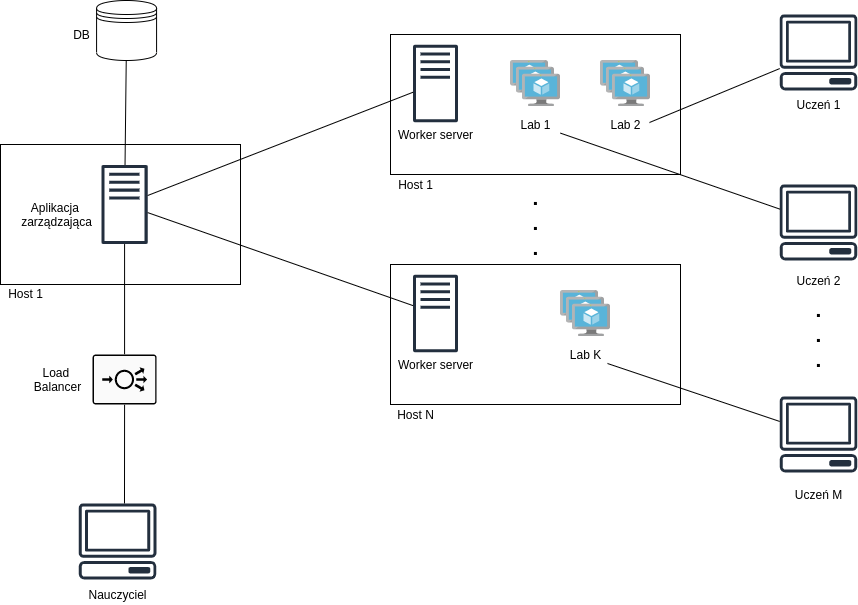
Earlier version of the draw.io export img/arch5.png (VM-Lab-Automation/Presentation). Source tidied: cells renumbered, new cells last; positions are measured from the earlier drawing's top-left corner, leaving out a move shared by most shapes. The source it was exported from:
```xml
<mxGraphModel>
  <root>
    <mxCell id="0" />
    <mxCell id="1" parent="0" />
    <mxCell id="2" style="rounded=0;whiteSpace=wrap;html=1;" parent="1" vertex="1">
      <mxGeometry y="144" width="240" height="140" as="geometry" />
    </mxCell>
    <mxCell id="3" value="Host 1" style="text;html=1;align=center;verticalAlign=middle;" parent="1" vertex="1">
      <mxGeometry y="283" width="50" height="20" as="geometry" />
    </mxCell>
    <mxCell id="4" style="outlineConnect=0;fontColor=#232F3E;gradientColor=none;fillColor=#232F3E;strokeColor=none;dashed=0;verticalLabelPosition=bottom;verticalAlign=top;align=center;html=1;fontSize=12;fontStyle=0;shape=mxgraph.aws4.traditional_server;" parent="1" vertex="1">
      <mxGeometry x="101" y="164" width="46.1" height="80" as="geometry" />
    </mxCell>
    <mxCell id="5" value="Aplikacja &lt;br&gt;zarządzająca" style="text;html=1;align=center;verticalAlign=middle;" parent="1" vertex="1">
      <mxGeometry x="11" y="199" width="90" height="30" as="geometry" />
    </mxCell>
    <mxCell id="6" style="rounded=0;whiteSpace=wrap;html=1;" parent="1" vertex="1">
      <mxGeometry x="390" y="34" width="290" height="140" as="geometry" />
    </mxCell>
    <mxCell id="7" style="outlineConnect=0;fontColor=#232F3E;gradientColor=none;fillColor=#232F3E;strokeColor=none;dashed=0;verticalLabelPosition=bottom;verticalAlign=top;align=center;html=1;fontSize=12;fontStyle=0;shape=mxgraph.aws4.traditional_server;" parent="1" vertex="1">
      <mxGeometry x="412.5" y="44" width="45" height="78" as="geometry" />
    </mxCell>
    <mxCell id="8" value="Worker server" style="text;html=1;align=center;verticalAlign=middle;" parent="1" vertex="1">
      <mxGeometry x="390" y="124" width="90" height="20" as="geometry" />
    </mxCell>
    <mxCell id="9" style="shape=datastore;whiteSpace=wrap;html=1;" parent="1" vertex="1">
      <mxGeometry x="96.1" width="60" height="60" as="geometry" />
    </mxCell>
    <mxCell id="10" value="DB&lt;br&gt;" style="text;html=1;align=center;verticalAlign=middle;" parent="1" vertex="1">
      <mxGeometry x="66.1" y="24" width="30" height="20" as="geometry" />
    </mxCell>
    <mxCell id="11" style="endArrow=none;html=1;" parent="1" edge="1" source="4" target="9">
      <mxGeometry relative="1" as="geometry" />
    </mxCell>
    <mxCell id="12" value="Host 1" style="text;html=1;align=center;verticalAlign=middle;" parent="1" vertex="1">
      <mxGeometry x="390" y="174" width="50" height="20" as="geometry" />
    </mxCell>
    <mxCell id="13" style="outlineConnect=0;fontColor=#232F3E;gradientColor=none;fillColor=#232F3E;strokeColor=none;dashed=0;verticalLabelPosition=bottom;verticalAlign=top;align=center;html=1;fontSize=12;fontStyle=0;shape=mxgraph.aws4.client;" parent="1" vertex="1">
      <mxGeometry x="78.1" y="503" width="78" height="76" as="geometry" />
    </mxCell>
    <mxCell id="14" style="html=1;align=center;image;fontSize=12;image=img/lib/mscae/VM_Scale_Set.svg;fontFamily=Helvetica;fontColor=#000000;strokeColor=#000000;fillColor=#ffffff;" parent="1" vertex="1">
      <mxGeometry x="510" y="60" width="50" height="46" as="geometry" />
    </mxCell>
    <mxCell id="15" style="html=1;align=center;image;fontSize=12;image=img/lib/mscae/VM_Scale_Set.svg;fontFamily=Helvetica;fontColor=#000000;strokeColor=#000000;fillColor=#ffffff;" parent="1" vertex="1">
      <mxGeometry x="600" y="60" width="50" height="46" as="geometry" />
    </mxCell>
    <mxCell id="16" value="Lab 1" style="text;html=1;align=center;verticalAlign=middle;points=[];" parent="1" vertex="1">
      <mxGeometry x="510" y="114" width="50" height="20" as="geometry" />
    </mxCell>
    <mxCell id="17" value="Lab 2" style="text;html=1;align=center;verticalAlign=middle;" parent="1" vertex="1">
      <mxGeometry x="600" y="114" width="50" height="20" as="geometry" />
    </mxCell>
    <mxCell id="18" style="rounded=0;whiteSpace=wrap;html=1;" parent="1" vertex="1">
      <mxGeometry x="390" y="264" width="290" height="140" as="geometry" />
    </mxCell>
    <mxCell id="19" style="outlineConnect=0;fontColor=#232F3E;gradientColor=none;fillColor=#232F3E;strokeColor=none;dashed=0;verticalLabelPosition=bottom;verticalAlign=top;align=center;html=1;fontSize=12;fontStyle=0;shape=mxgraph.aws4.traditional_server;" parent="1" vertex="1">
      <mxGeometry x="412.5" y="274" width="45" height="78" as="geometry" />
    </mxCell>
    <mxCell id="20" value="Worker server" style="text;html=1;align=center;verticalAlign=middle;" parent="1" vertex="1">
      <mxGeometry x="390" y="354" width="90" height="20" as="geometry" />
    </mxCell>
    <mxCell id="21" value="Host N" style="text;html=1;align=center;verticalAlign=middle;" parent="1" vertex="1">
      <mxGeometry x="390" y="404" width="50" height="20" as="geometry" />
    </mxCell>
    <mxCell id="22" style="html=1;align=center;image;fontSize=12;image=img/lib/mscae/VM_Scale_Set.svg;fontFamily=Helvetica;fontColor=#000000;strokeColor=#000000;fillColor=#ffffff;" parent="1" vertex="1">
      <mxGeometry x="560" y="290" width="50" height="46" as="geometry" />
    </mxCell>
    <mxCell id="23" value="Lab K" style="text;html=1;align=center;verticalAlign=middle;points=[];" parent="1" vertex="1">
      <mxGeometry x="560" y="344" width="50" height="20" as="geometry" />
    </mxCell>
    <mxCell id="24" value="&lt;font style=&quot;font-size: 21px&quot;&gt;&lt;b&gt;.&lt;br&gt;.&lt;br&gt;.&lt;/b&gt;&lt;/font&gt;" style="text;html=1;align=center;verticalAlign=middle;" parent="1" vertex="1">
      <mxGeometry x="525" y="192" width="20" height="60" as="geometry" />
    </mxCell>
    <mxCell id="25" value="Nauczyciel" style="text;html=1;align=center;verticalAlign=middle;" parent="1" vertex="1">
      <mxGeometry x="82.1" y="584" width="70" height="20" as="geometry" />
    </mxCell>
    <mxCell id="26" style="outlineConnect=0;fontColor=#232F3E;gradientColor=none;fillColor=#232F3E;strokeColor=none;dashed=0;verticalLabelPosition=bottom;verticalAlign=top;align=center;html=1;fontSize=12;fontStyle=0;shape=mxgraph.aws4.client;" parent="1" vertex="1">
      <mxGeometry x="779" y="396" width="78" height="76" as="geometry" />
    </mxCell>
    <mxCell id="27" value="Uczeń 1" style="text;html=1;align=center;verticalAlign=middle;" parent="1" vertex="1">
      <mxGeometry x="788" y="94" width="60" height="20" as="geometry" />
    </mxCell>
    <mxCell id="28" style="outlineConnect=0;fontColor=#232F3E;gradientColor=none;fillColor=#232F3E;strokeColor=none;dashed=0;verticalLabelPosition=bottom;verticalAlign=top;align=center;html=1;fontSize=12;fontStyle=0;shape=mxgraph.aws4.client;" parent="1" vertex="1">
      <mxGeometry x="779" y="14" width="78" height="76" as="geometry" />
    </mxCell>
    <mxCell id="29" style="endArrow=none;html=1;exitX=0.589;exitY=0;exitDx=0;exitDy=0;exitPerimeter=0;entryX=0.5;entryY=1;entryDx=0;entryDy=0;entryPerimeter=0;" parent="1" edge="1" source="13" target="32">
      <mxGeometry relative="1" as="geometry" />
    </mxCell>
    <mxCell id="30" style="endArrow=none;html=1;entryX=0.94;entryY=0.95;entryDx=0;entryDy=0;entryPerimeter=0;" parent="1" edge="1" source="26" target="23">
      <mxGeometry relative="1" as="geometry" />
    </mxCell>
    <mxCell id="31" style="endArrow=none;html=1;" parent="1" edge="1" source="28">
      <mxGeometry relative="1" as="geometry">
        <mxPoint x="649" y="122" as="targetPoint" />
      </mxGeometry>
    </mxCell>
    <mxCell id="32" style="points=[[0.015,0.015,0],[0.985,0.015,0],[0.985,0.985,0],[0.015,0.985,0],[0.25,0,0],[0.5,0,0],[0.75,0,0],[1,0.25,0],[1,0.5,0],[1,0.75,0],[0.75,1,0],[0.5,1,0],[0.25,1,0],[0,0.75,0],[0,0.5,0],[0,0.25,0]];verticalLabelPosition=bottom;html=1;verticalAlign=top;align=center;shape=mxgraph.cisco19.rect;prIcon=load_balancer;fillColor=#FAFAFA;direction=east;" parent="1" vertex="1">
      <mxGeometry x="92.1" y="354" width="64" height="50" as="geometry" />
    </mxCell>
    <mxCell id="33" style="endArrow=none;html=1;exitX=0.5;exitY=0;exitDx=0;exitDy=0;exitPerimeter=0;" parent="1" edge="1" source="32" target="4">
      <mxGeometry relative="1" as="geometry" />
    </mxCell>
    <mxCell id="34" style="endArrow=none;html=1;" parent="1" edge="1" source="4" target="7">
      <mxGeometry relative="1" as="geometry" />
    </mxCell>
    <mxCell id="35" style="endArrow=none;html=1;" parent="1" edge="1" source="4" target="19">
      <mxGeometry relative="1" as="geometry" />
    </mxCell>
    <mxCell id="36" value="Load &lt;br&gt;Balancer" style="text;html=1;align=center;verticalAlign=middle;" parent="1" vertex="1">
      <mxGeometry x="27.1" y="364" width="60" height="30" as="geometry" />
    </mxCell>
    <mxCell id="37" style="outlineConnect=0;fontColor=#232F3E;gradientColor=none;fillColor=#232F3E;strokeColor=none;dashed=0;verticalLabelPosition=bottom;verticalAlign=top;align=center;html=1;fontSize=12;fontStyle=0;shape=mxgraph.aws4.client;" parent="1" vertex="1">
      <mxGeometry x="779" y="184" width="78" height="76" as="geometry" />
    </mxCell>
    <mxCell id="38" style="endArrow=none;html=1;" parent="1" edge="1" source="16" target="37">
      <mxGeometry relative="1" as="geometry" />
    </mxCell>
    <mxCell id="39" value="&lt;font style=&quot;font-size: 21px&quot;&gt;&lt;b&gt;.&lt;br&gt;.&lt;br&gt;.&lt;/b&gt;&lt;/font&gt;" style="text;html=1;align=center;verticalAlign=middle;" parent="1" vertex="1">
      <mxGeometry x="808" y="304" width="20" height="60" as="geometry" />
    </mxCell>
    <mxCell id="40" value="Uczeń 2" style="text;html=1;align=center;verticalAlign=middle;" parent="1" vertex="1">
      <mxGeometry x="788" y="270" width="60" height="20" as="geometry" />
    </mxCell>
    <mxCell id="41" value="Uczeń M" style="text;html=1;align=center;verticalAlign=middle;" parent="1" vertex="1">
      <mxGeometry x="788" y="484" width="60" height="20" as="geometry" />
    </mxCell>
  </root>
</mxGraphModel>
```
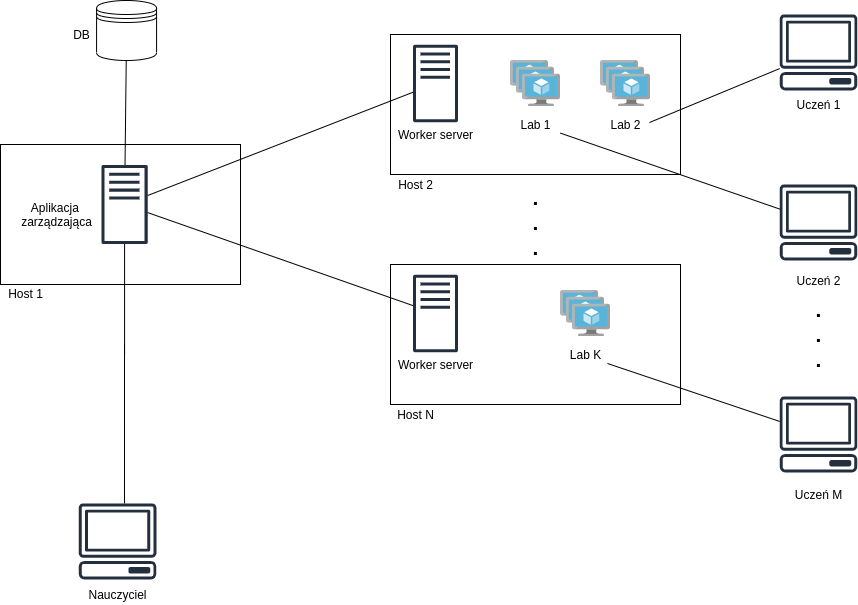
The same diagram one commit later.

Commit message:
arch and gifs improvements

What changed in the source:
```diff
@@ -32,7 +32,7 @@
     <mxCell id="11" style="endArrow=none;html=1;" parent="1" edge="1" source="4" target="9">
       <mxGeometry relative="1" as="geometry" />
     </mxCell>
-    <mxCell id="12" value="Host 1" style="text;html=1;align=center;verticalAlign=middle;" parent="1" vertex="1">
+    <mxCell id="12" value="Host 2" style="text;html=1;align=center;verticalAlign=middle;" parent="1" vertex="1">
       <mxGeometry x="390" y="174" width="50" height="20" as="geometry" />
     </mxCell>
     <mxCell id="13" style="outlineConnect=0;fontColor=#232F3E;gradientColor=none;fillColor=#232F3E;strokeColor=none;dashed=0;verticalLabelPosition=bottom;verticalAlign=top;align=center;html=1;fontSize=12;fontStyle=0;shape=mxgraph.aws4.client;" parent="1" vertex="1">
@@ -83,8 +83,10 @@
     <mxCell id="28" style="outlineConnect=0;fontColor=#232F3E;gradientColor=none;fillColor=#232F3E;strokeColor=none;dashed=0;verticalLabelPosition=bottom;verticalAlign=top;align=center;html=1;fontSize=12;fontStyle=0;shape=mxgraph.aws4.client;" parent="1" vertex="1">
       <mxGeometry x="779" y="14" width="78" height="76" as="geometry" />
     </mxCell>
-    <mxCell id="29" style="endArrow=none;html=1;exitX=0.589;exitY=0;exitDx=0;exitDy=0;exitPerimeter=0;entryX=0.5;entryY=1;entryDx=0;entryDy=0;entryPerimeter=0;" parent="1" edge="1" source="13" target="32">
-      <mxGeometry relative="1" as="geometry" />
+    <mxCell id="29" style="endArrow=none;html=1;exitX=0.589;exitY=0;exitDx=0;exitDy=0;exitPerimeter=0;" parent="1" edge="1" source="13">
+      <mxGeometry relative="1" as="geometry">
+        <mxPoint x="124" y="344" as="targetPoint" />
+      </mxGeometry>
     </mxCell>
     <mxCell id="30" style="endArrow=none;html=1;entryX=0.94;entryY=0.95;entryDx=0;entryDy=0;entryPerimeter=0;" parent="1" edge="1" source="26" target="23">
       <mxGeometry relative="1" as="geometry" />
@@ -94,11 +96,10 @@
         <mxPoint x="649" y="122" as="targetPoint" />
       </mxGeometry>
     </mxCell>
-    <mxCell id="32" style="points=[[0.015,0.015,0],[0.985,0.015,0],[0.985,0.985,0],[0.015,0.985,0],[0.25,0,0],[0.5,0,0],[0.75,0,0],[1,0.25,0],[1,0.5,0],[1,0.75,0],[0.75,1,0],[0.5,1,0],[0.25,1,0],[0,0.75,0],[0,0.5,0],[0,0.25,0]];verticalLabelPosition=bottom;html=1;verticalAlign=top;align=center;shape=mxgraph.cisco19.rect;prIcon=load_balancer;fillColor=#FAFAFA;direction=east;" parent="1" vertex="1">
-      <mxGeometry x="92.1" y="354" width="64" height="50" as="geometry" />
-    </mxCell>
-    <mxCell id="33" style="endArrow=none;html=1;exitX=0.5;exitY=0;exitDx=0;exitDy=0;exitPerimeter=0;" parent="1" edge="1" source="32" target="4">
-      <mxGeometry relative="1" as="geometry" />
+    <mxCell id="33" style="endArrow=none;html=1;exitX=0.5;exitY=0;exitDx=0;exitDy=0;exitPerimeter=0;" parent="1" edge="1" target="4">
+      <mxGeometry relative="1" as="geometry">
+        <mxPoint x="124.1" y="354" as="sourcePoint" />
+      </mxGeometry>
     </mxCell>
     <mxCell id="34" style="endArrow=none;html=1;" parent="1" edge="1" source="4" target="7">
       <mxGeometry relative="1" as="geometry" />
@@ -106,9 +107,6 @@
     <mxCell id="35" style="endArrow=none;html=1;" parent="1" edge="1" source="4" target="19">
       <mxGeometry relative="1" as="geometry" />
     </mxCell>
-    <mxCell id="36" value="Load &lt;br&gt;Balancer" style="text;html=1;align=center;verticalAlign=middle;" parent="1" vertex="1">
-      <mxGeometry x="27.1" y="364" width="60" height="30" as="geometry" />
-    </mxCell>
     <mxCell id="37" style="outlineConnect=0;fontColor=#232F3E;gradientColor=none;fillColor=#232F3E;strokeColor=none;dashed=0;verticalLabelPosition=bottom;verticalAlign=top;align=center;html=1;fontSize=12;fontStyle=0;shape=mxgraph.aws4.client;" parent="1" vertex="1">
       <mxGeometry x="779" y="184" width="78" height="76" as="geometry" />
     </mxCell>
```
